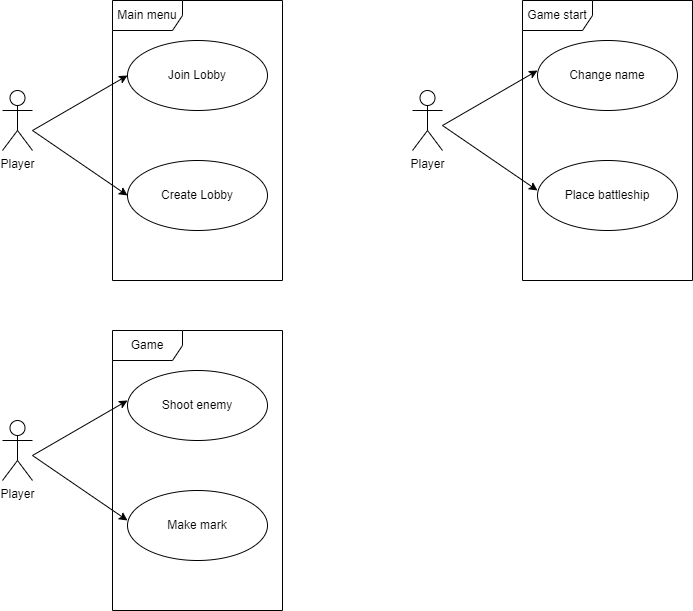
KirillBelyaev2921/Battleship keeps this draw.io diagram as uml/Battleship_usecase.png. Above is the earlier version. Source tidied: cells renumbered, new cells last; positions are measured from the earlier drawing's top-left corner, leaving out a move shared by most shapes.
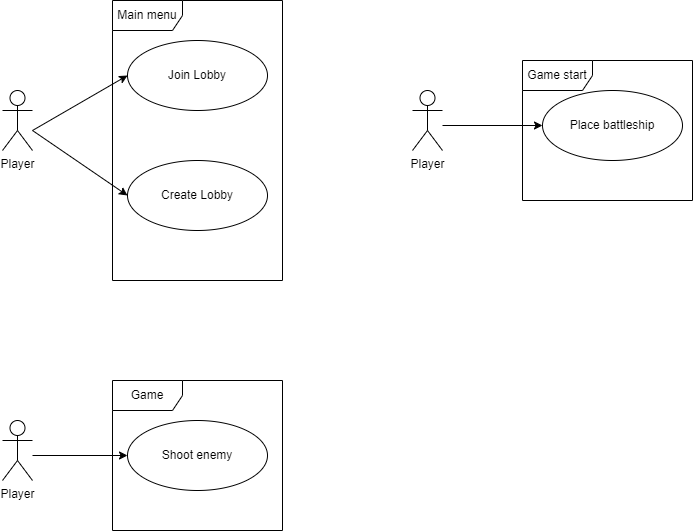
The same file after the commit.

Diff of the diagram source:
```diff
@@ -18,13 +18,10 @@
       <mxGeometry x="410" y="90" width="30" height="60" as="geometry" />
     </mxCell>
     <mxCell id="7" value="Game start" style="shape=umlFrame;whiteSpace=wrap;html=1;width=70;height=30;" parent="1" vertex="1">
-      <mxGeometry x="520" width="170" height="280" as="geometry" />
+      <mxGeometry x="520" y="60" width="170" height="140" as="geometry" />
     </mxCell>
-    <mxCell id="8" value="Change name" style="ellipse;whiteSpace=wrap;html=1;" parent="1" vertex="1">
-      <mxGeometry x="535" y="40" width="140" height="70" as="geometry" />
-    </mxCell>
     <mxCell id="9" value="Place battleship" style="ellipse;whiteSpace=wrap;html=1;" parent="1" vertex="1">
-      <mxGeometry x="535" y="160" width="140" height="70" as="geometry" />
+      <mxGeometry x="540" y="90" width="140" height="70" as="geometry" />
     </mxCell>
     <mxCell id="10" style="endArrow=classic;html=1;rounded=0;entryX=0;entryY=0.5;entryDx=0;entryDy=0;" parent="1" edge="1" target="4">
       <mxGeometry relative="1" as="geometry">
@@ -36,41 +33,24 @@
         <mxPoint x="30" y="130" as="sourcePoint" />
       </mxGeometry>
     </mxCell>
-    <mxCell id="12" style="endArrow=classic;html=1;rounded=0;entryX=0;entryY=0.5;entryDx=0;entryDy=0;" parent="1" edge="1">
-      <mxGeometry relative="1" as="geometry">
-        <mxPoint x="440" y="125" as="sourcePoint" />
-        <mxPoint x="535" y="70" as="targetPoint" />
-      </mxGeometry>
-    </mxCell>
-    <mxCell id="13" style="endArrow=classic;html=1;rounded=0;entryX=0;entryY=0.5;entryDx=0;entryDy=0;" parent="1" edge="1">
+    <mxCell id="13" style="endArrow=classic;html=1;rounded=0;entryX=0;entryY=0.5;entryDx=0;entryDy=0;" parent="1" edge="1" target="9">
       <mxGeometry relative="1" as="geometry">
         <mxPoint x="440" y="125" as="sourcePoint" />
-        <mxPoint x="535" y="190" as="targetPoint" />
       </mxGeometry>
     </mxCell>
     <mxCell id="14" value="Player&lt;br&gt;" style="shape=umlActor;verticalLabelPosition=bottom;verticalAlign=top;html=1;" parent="1" vertex="1">
       <mxGeometry y="420" width="30" height="60" as="geometry" />
     </mxCell>
     <mxCell id="15" value="Game" style="shape=umlFrame;whiteSpace=wrap;html=1;width=70;height=30;" parent="1" vertex="1">
-      <mxGeometry x="110" y="330" width="170" height="280" as="geometry" />
+      <mxGeometry x="110" y="380" width="170" height="150" as="geometry" />
     </mxCell>
     <mxCell id="16" value="Shoot enemy" style="ellipse;whiteSpace=wrap;html=1;" parent="1" vertex="1">
-      <mxGeometry x="125" y="370" width="140" height="70" as="geometry" />
+      <mxGeometry x="125" y="420" width="140" height="70" as="geometry" />
     </mxCell>
-    <mxCell id="17" value="Make mark" style="ellipse;whiteSpace=wrap;html=1;" parent="1" vertex="1">
-      <mxGeometry x="125" y="490" width="140" height="70" as="geometry" />
-    </mxCell>
-    <mxCell id="18" style="endArrow=classic;html=1;rounded=0;entryX=0;entryY=0.5;entryDx=0;entryDy=0;" parent="1" edge="1">
+    <mxCell id="18" style="endArrow=classic;html=1;rounded=0;entryX=0;entryY=0.5;entryDx=0;entryDy=0;" parent="1" edge="1" target="16">
       <mxGeometry relative="1" as="geometry">
         <mxPoint x="30" y="455" as="sourcePoint" />
-        <mxPoint x="125" y="400" as="targetPoint" />
       </mxGeometry>
     </mxCell>
-    <mxCell id="19" style="endArrow=classic;html=1;rounded=0;entryX=0;entryY=0.5;entryDx=0;entryDy=0;" parent="1" edge="1">
-      <mxGeometry relative="1" as="geometry">
-        <mxPoint x="30" y="455" as="sourcePoint" />
-        <mxPoint x="125" y="520" as="targetPoint" />
-      </mxGeometry>
-    </mxCell>
   </root>
 </mxGraphModel>
```
